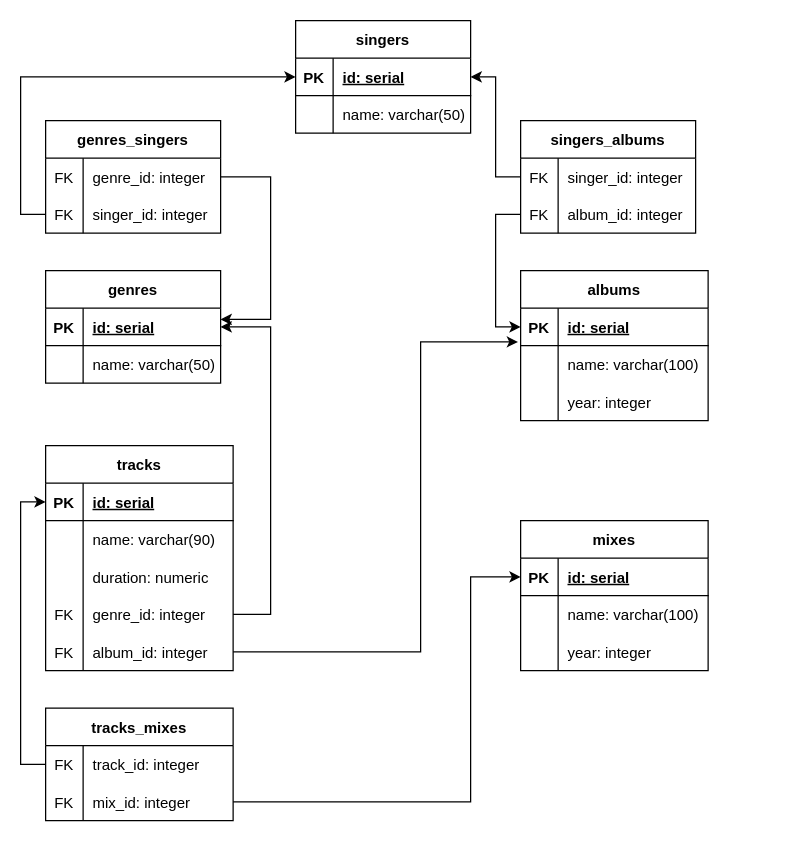
Before: music_service.drawio in LyudmilaLushchik/demo, a draw.io diagram. Source tidied: cells renumbered, new cells numbered last; positions are measured from the earlier drawing's top-left corner, leaving out a move shared by most shapes. Both pictures are drawn from the tidied source at 125%, with x=0, y=0 at pixel (45, 20).
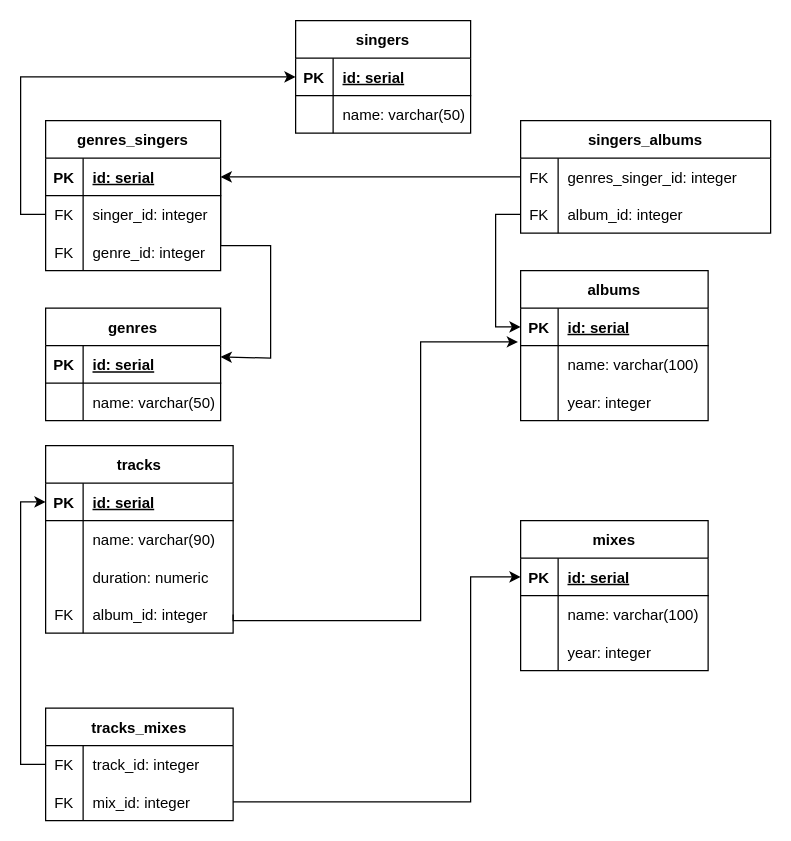
After the change.

The change refers to these unchanged cells:
```xml
<mxCell id="3" style="shape=tableRow;horizontal=0;startSize=0;swimlaneHead=0;swimlaneBody=0;fillColor=none;points=[[0,0.5],[1,0.5]];portConstraint=eastwest;top=0;left=0;right=0;bottom=1;" parent="2" vertex="1">
  <mxGeometry y="30" width="150" height="30" as="geometry" />
</mxCell>
<mxCell id="29" style="shape=tableRow;horizontal=0;startSize=0;swimlaneHead=0;swimlaneBody=0;fillColor=none;points=[[0,0.5],[1,0.5]];portConstraint=eastwest;top=0;left=0;right=0;bottom=1;" parent="28" vertex="1">
  <mxGeometry y="30" width="140" height="30" as="geometry" />
</mxCell>
<mxCell id="36" style="shape=tableRow;horizontal=0;startSize=0;swimlaneHead=0;swimlaneBody=0;fillColor=none;points=[[0,0.5],[1,0.5]];portConstraint=eastwest;top=0;left=0;right=0;bottom=1;" parent="35" vertex="1">
  <mxGeometry y="30" width="140" height="30" as="geometry" />
</mxCell>
<mxCell id="43" style="shape=tableRow;horizontal=0;startSize=0;swimlaneHead=0;swimlaneBody=0;fillColor=none;points=[[0,0.5],[1,0.5]];portConstraint=eastwest;top=0;left=0;right=0;bottom=0;" parent="42" vertex="1">
  <mxGeometry y="30" width="140" height="30" as="geometry" />
</mxCell>
```

What changed in the source:
```diff
@@
     <mxCell id="12" value="tracks" style="shape=table;startSize=30;childLayout=tableLayout;rowLines=0;fontStyle=1;align=center;" parent="1" vertex="1">
-      <mxGeometry y="340" width="150" height="180" as="geometry" />
+      <mxGeometry y="340" width="150" height="150" as="geometry" />
     </mxCell>
@@
-    <mxCell id="22" style="shape=tableRow;horizontal=0;startSize=0;swimlaneHead=0;swimlaneBody=0;fillColor=none;points=[[0,0.5],[1,0.5]];portConstraint=eastwest;top=0;left=0;right=0;bottom=0;" parent="12" vertex="1">
-      <mxGeometry y="120" width="150" height="30" as="geometry" />
-    </mxCell>
-    <mxCell id="23" value="FK" style="shape=partialRectangle;fillColor=none;top=0;left=0;bottom=0;right=0;overflow=hidden;" parent="22" vertex="1">
-      <mxGeometry width="30" height="30" as="geometry" />
-    </mxCell>
-    <mxCell id="24" value="genre_id: integer" style="shape=partialRectangle;fillColor=none;top=0;left=0;bottom=0;right=0;align=left;spacingLeft=6;overflow=hidden;" parent="22" vertex="1">
-      <mxGeometry x="30" width="120" height="30" as="geometry" />
-    </mxCell>
     <mxCell id="25" style="shape=tableRow;horizontal=0;startSize=0;swimlaneHead=0;swimlaneBody=0;fillColor=none;points=[[0,0.5],[1,0.5]];portConstraint=eastwest;top=0;left=0;right=0;bottom=0;" parent="12" vertex="1">
-      <mxGeometry y="150" width="150" height="30" as="geometry" />
+      <mxGeometry y="120" width="150" height="30" as="geometry" />
     </mxCell>
@@
     <mxCell id="35" value="genres" style="shape=table;startSize=30;childLayout=tableLayout;rowLines=0;fontStyle=1;align=center;" parent="1" vertex="1">
-      <mxGeometry y="200" width="140" height="90" as="geometry" />
+      <mxGeometry y="230" width="140" height="90" as="geometry" />
     </mxCell>
@@
     <mxCell id="42" value="genres_singers" style="shape=table;startSize=30;childLayout=tableLayout;rowLines=0;fontStyle=1;align=center;" parent="1" vertex="1">
-      <mxGeometry y="80" width="140" height="90" as="geometry" />
+      <mxGeometry y="80" width="140" height="120" as="geometry" />
     </mxCell>
@@
-    <mxCell id="44" value="FK" style="shape=partialRectangle;fillColor=none;top=0;left=0;bottom=0;right=0;overflow=hidden;" parent="43" vertex="1">
+    <mxCell id="44" style="shape=partialRectangle;fillColor=none;top=0;left=0;bottom=0;right=0;overflow=hidden;" parent="43" vertex="1">
       <mxGeometry width="30" height="30" as="geometry" />
     </mxCell>
-    <mxCell id="45" value="genre_id: integer" style="shape=partialRectangle;fillColor=none;top=0;left=0;bottom=0;right=0;align=left;spacingLeft=6;overflow=hidden;" parent="43" vertex="1">
+    <mxCell id="45" style="shape=partialRectangle;fillColor=none;top=0;left=0;bottom=0;right=0;align=left;spacingLeft=6;overflow=hidden;" parent="43" vertex="1">
       <mxGeometry x="30" width="110" height="30" as="geometry" />
     </mxCell>
@@
+    <mxCell id="81" style="shape=tableRow;horizontal=0;startSize=0;swimlaneHead=0;swimlaneBody=0;fillColor=none;top=0;left=0;right=0;bottom=0;" parent="42" vertex="1">
+      <mxGeometry y="90" width="140" height="30" as="geometry" />
+    </mxCell>
+    <mxCell id="23" value="FK" style="shape=partialRectangle;fillColor=none;top=0;left=0;bottom=0;right=0;overflow=hidden;" parent="81" vertex="1">
+      <mxGeometry width="30" height="30" as="geometry" />
+    </mxCell>
+    <mxCell id="24" value="genre_id: integer" style="shape=partialRectangle;fillColor=none;top=0;left=0;bottom=0;right=0;align=left;spacingLeft=6;overflow=hidden;" parent="81" vertex="1">
+      <mxGeometry x="30" width="110" height="30" as="geometry" />
+    </mxCell>
     <mxCell id="49" value="singers_albums" style="shape=table;startSize=30;childLayout=tableLayout;rowLines=0;fontStyle=1;align=center;" parent="1" vertex="1">
-      <mxGeometry x="380" y="80" width="140" height="90" as="geometry" />
+      <mxGeometry x="380" y="80" width="200" height="90" as="geometry" />
     </mxCell>
     <mxCell id="50" style="shape=tableRow;horizontal=0;startSize=0;swimlaneHead=0;swimlaneBody=0;fillColor=none;points=[[0,0.5],[1,0.5]];portConstraint=eastwest;top=0;left=0;right=0;bottom=0;" parent="49" vertex="1">
-      <mxGeometry y="30" width="140" height="30" as="geometry" />
+      <mxGeometry y="30" width="200" height="30" as="geometry" />
     </mxCell>
@@
-    <mxCell id="52" value="singer_id: integer" style="shape=partialRectangle;fillColor=none;top=0;left=0;bottom=0;right=0;align=left;spacingLeft=6;overflow=hidden;" parent="50" vertex="1">
-      <mxGeometry x="30" width="110" height="30" as="geometry" />
+    <mxCell id="52" value="genres_singer_id: integer" style="shape=partialRectangle;fillColor=none;top=0;left=0;bottom=0;right=0;align=left;spacingLeft=6;overflow=hidden;" parent="50" vertex="1">
+      <mxGeometry x="30" width="170" height="30" as="geometry" />
     </mxCell>
     <mxCell id="53" style="shape=tableRow;horizontal=0;startSize=0;swimlaneHead=0;swimlaneBody=0;fillColor=none;points=[[0,0.5],[1,0.5]];portConstraint=eastwest;top=0;left=0;right=0;bottom=0;" parent="49" vertex="1">
-      <mxGeometry y="60" width="140" height="30" as="geometry" />
+      <mxGeometry y="60" width="200" height="30" as="geometry" />
     </mxCell>
@@
     <mxCell id="55" value="album_id: integer" style="shape=partialRectangle;fillColor=none;top=0;left=0;bottom=0;right=0;align=left;spacingLeft=6;overflow=hidden;" parent="53" vertex="1">
-      <mxGeometry x="30" width="110" height="30" as="geometry" />
+      <mxGeometry x="30" width="170" height="30" as="geometry" />
     </mxCell>
@@
     <mxCell id="74" style="edgeStyle=orthogonalEdgeStyle;rounded=0;jettySize=auto;html=1;exitX=1;exitY=0.5;exitDx=0;exitDy=0;entryX=1;entryY=0.3;entryDx=0;entryDy=0;entryPerimeter=0;" parent="1" edge="1" source="43" target="36">
       <mxGeometry relative="1" as="geometry">
         <Array as="points">
-          <mxPoint x="180" y="125" />
-          <mxPoint x="180" y="239" />
+          <mxPoint x="140" y="180" />
+          <mxPoint x="180" y="180" />
+          <mxPoint x="180" y="270" />
         </Array>
       </mxGeometry>
     </mxCell>
@@
     <mxCell id="76" style="edgeStyle=orthogonalEdgeStyle;rounded=0;jettySize=auto;html=1;exitX=1;exitY=0.5;exitDx=0;exitDy=0;entryX=-0.014;entryY=0.9;entryDx=0;entryDy=0;entryPerimeter=0;" parent="1" edge="1" source="25" target="3">
       <mxGeometry relative="1" as="geometry">
         <Array as="points">
-          <mxPoint x="300" y="505" />
+          <mxPoint x="150" y="480" />
+          <mxPoint x="300" y="480" />
           <mxPoint x="300" y="257" />
         </Array>
       </mxGeometry>
     </mxCell>
@@
-    <mxCell id="78" style="edgeStyle=orthogonalEdgeStyle;rounded=0;jettySize=auto;html=1;exitX=1;exitY=0.5;exitDx=0;exitDy=0;entryX=1;entryY=0.5;entryDx=0;entryDy=0;" parent="1" edge="1" source="22" target="36">
-      <mxGeometry relative="1" as="geometry">
-        <Array as="points">
-          <mxPoint x="180" y="475" />
-          <mxPoint x="180" y="245" />
-        </Array>
-      </mxGeometry>
-    </mxCell>
@@
-    <mxCell id="80" style="edgeStyle=orthogonalEdgeStyle;rounded=0;jettySize=auto;html=1;exitX=0;exitY=0.5;exitDx=0;exitDy=0;entryX=1;entryY=0.5;entryDx=0;entryDy=0;" parent="1" edge="1" source="50" target="29">
-      <mxGeometry relative="1" as="geometry" />
+    <mxCell id="80" style="edgeStyle=orthogonalEdgeStyle;rounded=0;jettySize=auto;html=1;exitX=0;exitY=0.5;exitDx=0;exitDy=0;entryX=1;entryY=0.5;entryDx=0;entryDy=0;" parent="1" edge="1" source="50" target="82">
+      <mxGeometry relative="1" as="geometry">
+        <Array as="points">
+          <mxPoint x="350" y="125" />
+          <mxPoint x="350" y="125" />
+        </Array>
+      </mxGeometry>
     </mxCell>
+    <mxCell id="82" style="shape=tableRow;horizontal=0;startSize=0;swimlaneHead=0;swimlaneBody=0;fillColor=none;points=[[0,0.5],[1,0.5]];portConstraint=eastwest;top=0;left=0;right=0;bottom=1;" parent="1" vertex="1">
+      <mxGeometry y="110" width="140" height="30" as="geometry" />
+    </mxCell>
+    <mxCell id="83" value="PK" style="shape=partialRectangle;fillColor=none;top=0;left=0;bottom=0;right=0;fontStyle=1;overflow=hidden;" parent="82" vertex="1">
+      <mxGeometry width="30" height="30" as="geometry" />
+    </mxCell>
+    <mxCell id="84" value="id: serial" style="shape=partialRectangle;fillColor=none;top=0;left=0;bottom=0;right=0;align=left;spacingLeft=6;fontStyle=5;overflow=hidden;" parent="82" vertex="1">
+      <mxGeometry x="30" width="110" height="30" as="geometry" />
+    </mxCell>
```
